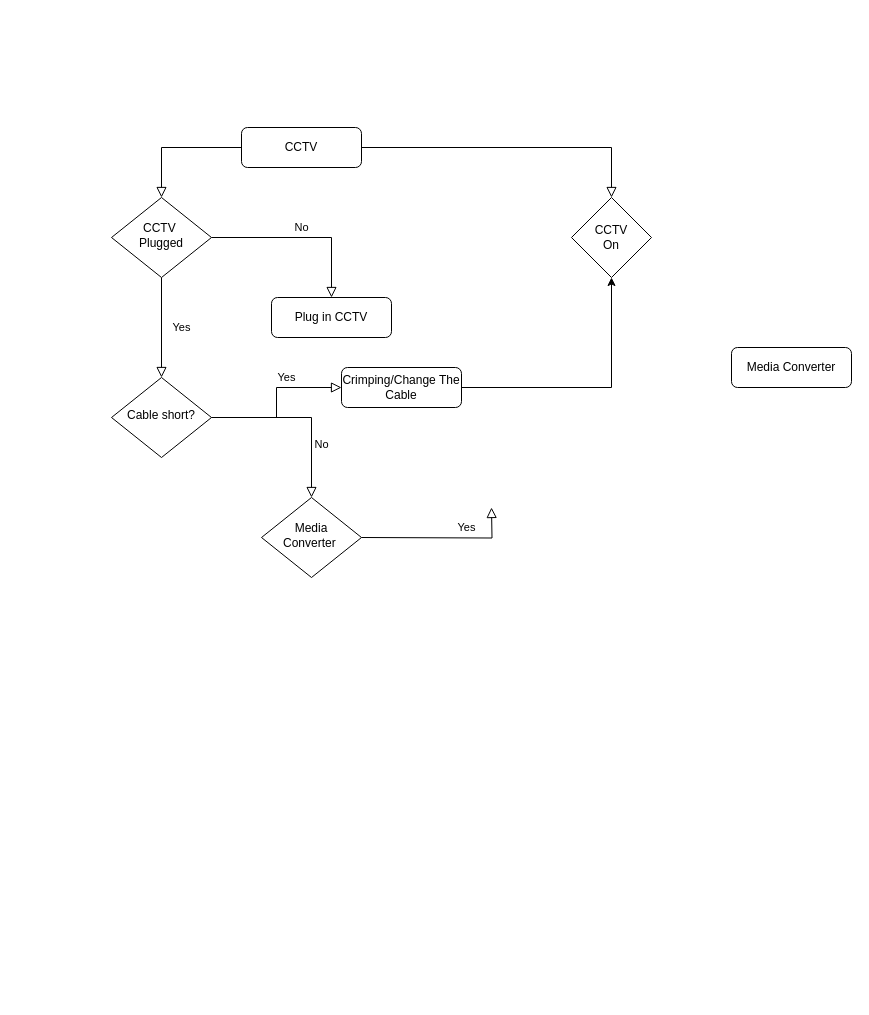
The draw.io diagram Untitled Diagram.drawio in ivietwill/ujian, before the edit. Source tidied: cells renumbered, new cells numbered last; positions are measured from the earlier drawing's top-left corner, leaving out a move shared by most shapes. Both pictures are drawn from the tidied source at 100%, with x=0, y=0 at pixel (111, 127).
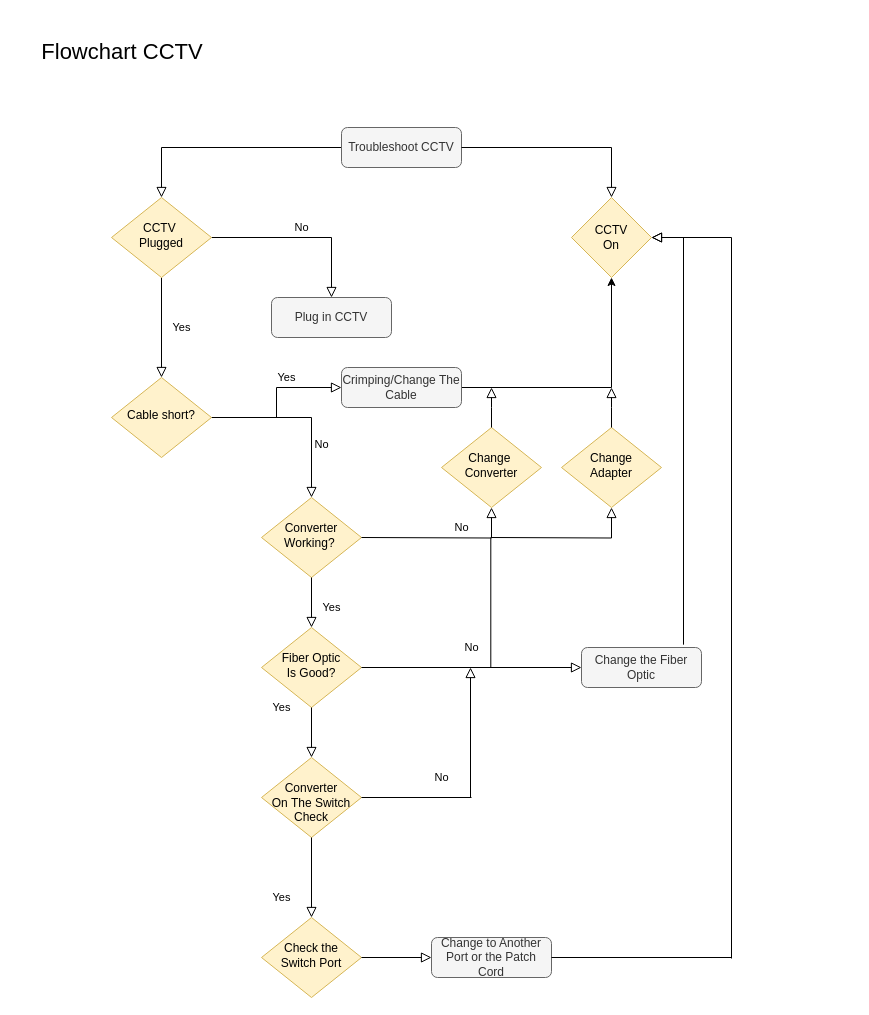
The same diagram, later.

What changed in the source:
```diff
@@
-    <mxCell id="3" value="CCTV" style="rounded=1;whiteSpace=wrap;html=1;fontSize=12;glass=0;strokeWidth=1;shadow=0;" parent="1" vertex="1">
-      <mxGeometry x="130" width="120" height="40" as="geometry" />
+    <mxCell id="3" value="Troubleshoot CCTV" style="rounded=1;whiteSpace=wrap;html=1;fontSize=12;glass=0;strokeWidth=1;shadow=0;fillColor=#f5f5f5;strokeColor=#666666;fontColor=#333333;" parent="1" vertex="1">
+      <mxGeometry x="230" width="120" height="40" as="geometry" />
     </mxCell>
@@
-    <mxCell id="6" value="CCTV&amp;nbsp;&lt;br&gt;Plugged" style="rhombus;whiteSpace=wrap;html=1;shadow=0;fontFamily=Helvetica;fontSize=12;align=center;strokeWidth=1;spacing=6;spacingTop=-4;" parent="1" vertex="1">
+    <mxCell id="6" value="CCTV&amp;nbsp;&lt;br&gt;Plugged" style="rhombus;whiteSpace=wrap;html=1;shadow=0;fontFamily=Helvetica;fontSize=12;align=center;strokeWidth=1;spacing=6;spacingTop=-4;fillColor=#fff2cc;strokeColor=#d6b656;" parent="1" vertex="1">
       <mxGeometry y="70" width="100" height="80" as="geometry" />
     </mxCell>
-    <mxCell id="7" value="Plug in CCTV" style="rounded=1;whiteSpace=wrap;html=1;fontSize=12;glass=0;strokeWidth=1;shadow=0;" parent="1" vertex="1">
+    <mxCell id="7" value="Plug in CCTV" style="rounded=1;whiteSpace=wrap;html=1;fontSize=12;glass=0;strokeWidth=1;shadow=0;fillColor=#f5f5f5;strokeColor=#666666;fontColor=#333333;" parent="1" vertex="1">
       <mxGeometry x="160" y="170" width="120" height="40" as="geometry" />
     </mxCell>
@@
-    <mxCell id="10" value="Cable short?" style="rhombus;whiteSpace=wrap;html=1;shadow=0;fontFamily=Helvetica;fontSize=12;align=center;strokeWidth=1;spacing=6;spacingTop=-4;" parent="1" vertex="1">
+    <mxCell id="10" value="Cable short?" style="rhombus;whiteSpace=wrap;html=1;shadow=0;fontFamily=Helvetica;fontSize=12;align=center;strokeWidth=1;spacing=6;spacingTop=-4;fillColor=#fff2cc;strokeColor=#d6b656;" parent="1" vertex="1">
       <mxGeometry y="250" width="100" height="80" as="geometry" />
     </mxCell>
-    <mxCell id="11" value="Media Converter" style="rounded=1;whiteSpace=wrap;html=1;fontSize=12;glass=0;strokeWidth=1;shadow=0;" parent="1" vertex="1">
-      <mxGeometry x="620" y="220" width="120" height="40" as="geometry" />
-    </mxCell>
@@
-    <mxCell id="13" value="Crimping/Change The Cable" style="rounded=1;whiteSpace=wrap;html=1;fontSize=12;glass=0;strokeWidth=1;shadow=0;" parent="1" vertex="1">
+    <mxCell id="13" value="Crimping/Change The Cable" style="rounded=1;whiteSpace=wrap;html=1;fontSize=12;glass=0;strokeWidth=1;shadow=0;fillColor=#f5f5f5;strokeColor=#666666;fontColor=#333333;" parent="1" vertex="1">
       <mxGeometry x="230" y="240" width="120" height="40" as="geometry" />
     </mxCell>
-    <mxCell id="14" value="CCTV&lt;br&gt;On" style="rhombus;whiteSpace=wrap;html=1;" parent="1" vertex="1">
+    <mxCell id="14" value="CCTV&lt;br&gt;On" style="rhombus;whiteSpace=wrap;html=1;fillColor=#fff2cc;strokeColor=#d6b656;" parent="1" vertex="1">
       <mxGeometry x="460" y="70" width="80" height="80" as="geometry" />
     </mxCell>
@@
-    <mxCell id="16" value="Media Converter&amp;nbsp;" style="rhombus;whiteSpace=wrap;html=1;shadow=0;fontFamily=Helvetica;fontSize=12;align=center;strokeWidth=1;spacing=6;spacingTop=-4;" parent="1" vertex="1">
+    <mxCell id="16" value="Converter&lt;br&gt;Working?&amp;nbsp;" style="rhombus;whiteSpace=wrap;html=1;shadow=0;fontFamily=Helvetica;fontSize=12;align=center;strokeWidth=1;spacing=6;spacingTop=-4;fillColor=#fff2cc;strokeColor=#d6b656;" parent="1" vertex="1">
       <mxGeometry x="150" y="370" width="100" height="80" as="geometry" />
     </mxCell>
-    <mxCell id="17" value="Yes" style="edgeStyle=orthogonalEdgeStyle;rounded=0;html=1;jettySize=auto;orthogonalLoop=1;fontSize=11;endArrow=block;endFill=0;endSize=8;strokeWidth=1;shadow=0;labelBackgroundColor=none;" parent="1" edge="1">
-      <mxGeometry x="0.31" y="10" relative="1" as="geometry">
+    <mxCell id="17" value="Yes" style="edgeStyle=orthogonalEdgeStyle;rounded=0;html=1;jettySize=auto;fontSize=11;endArrow=block;endFill=0;endSize=8;strokeWidth=1;shadow=0;labelBackgroundColor=none;entryX=0.5;entryY=1;entryDx=0;entryDy=0;" parent="1" edge="1" target="18">
+      <mxGeometry x="-1" y="-76" relative="1" as="geometry">
         <mxPoint x="250" y="410" as="sourcePoint" />
-        <mxPoint x="380" y="380" as="targetPoint" />
+        <mxPoint x="-30" y="-6" as="offset" />
       </mxGeometry>
     </mxCell>
+    <mxCell id="18" value="Change&amp;nbsp;&lt;br&gt;Converter" style="rhombus;whiteSpace=wrap;html=1;shadow=0;fontFamily=Helvetica;fontSize=12;align=center;strokeWidth=1;spacing=6;spacingTop=-4;fillColor=#fff2cc;strokeColor=#d6b656;" parent="1" vertex="1">
+      <mxGeometry x="330" y="300" width="100" height="80" as="geometry" />
+    </mxCell>
+    <mxCell id="19" style="rounded=0;html=1;jettySize=auto;fontSize=11;endArrow=block;endFill=0;endSize=8;strokeWidth=1;shadow=0;labelBackgroundColor=none;edgeStyle=orthogonalEdgeStyle;exitX=0.5;exitY=0;exitDx=0;exitDy=0;" parent="1" edge="1" source="18">
+      <mxGeometry relative="1" as="geometry">
+        <mxPoint x="380" y="260" as="targetPoint" />
+      </mxGeometry>
+    </mxCell>
+    <mxCell id="20" value="Change&lt;br&gt;Adapter" style="rhombus;whiteSpace=wrap;html=1;shadow=0;fontFamily=Helvetica;fontSize=12;align=center;strokeWidth=1;spacing=6;spacingTop=-4;fillColor=#fff2cc;strokeColor=#d6b656;" parent="1" vertex="1">
+      <mxGeometry x="450" y="300" width="100" height="80" as="geometry" />
+    </mxCell>
+    <mxCell id="21" style="rounded=0;html=1;jettySize=auto;fontSize=11;endArrow=block;endFill=0;endSize=8;strokeWidth=1;shadow=0;labelBackgroundColor=none;edgeStyle=orthogonalEdgeStyle;exitX=0.5;exitY=0;exitDx=0;exitDy=0;" parent="1" edge="1" source="20">
+      <mxGeometry relative="1" as="geometry">
+        <mxPoint x="500" y="260" as="targetPoint" />
+      </mxGeometry>
+    </mxCell>
+    <mxCell id="22" style="rounded=0;html=1;jettySize=auto;fontSize=11;endArrow=block;endFill=0;endSize=8;strokeWidth=1;shadow=0;labelBackgroundColor=none;edgeStyle=orthogonalEdgeStyle;entryX=0.5;entryY=1;entryDx=0;entryDy=0;" parent="1" edge="1" target="20">
+      <mxGeometry relative="1" as="geometry">
+        <mxPoint x="380" y="410" as="sourcePoint" />
+      </mxGeometry>
+    </mxCell>
+    <mxCell id="23" value="No" style="rounded=0;html=1;jettySize=auto;fontSize=11;endArrow=block;endFill=0;endSize=8;strokeWidth=1;shadow=0;labelBackgroundColor=none;edgeStyle=orthogonalEdgeStyle;entryX=0.5;entryY=0;entryDx=0;entryDy=0;exitX=0.5;exitY=1;exitDx=0;exitDy=0;" parent="1" edge="1" source="16" target="24">
+      <mxGeometry x="-1" y="158" relative="1" as="geometry">
+        <mxPoint x="-8" y="-50" as="offset" />
+      </mxGeometry>
+    </mxCell>
+    <mxCell id="24" value="Fiber Optic&lt;br&gt;Is Good?" style="rhombus;whiteSpace=wrap;html=1;shadow=0;fontFamily=Helvetica;fontSize=12;align=center;strokeWidth=1;spacing=6;spacingTop=-4;fillColor=#fff2cc;strokeColor=#d6b656;" parent="1" vertex="1">
+      <mxGeometry x="150" y="500" width="100" height="80" as="geometry" />
+    </mxCell>
+    <mxCell id="25" value="Change the Fiber Optic" style="rounded=1;whiteSpace=wrap;html=1;fontSize=12;glass=0;strokeWidth=1;shadow=0;fillColor=#f5f5f5;strokeColor=#666666;fontColor=#333333;" parent="1" vertex="1">
+      <mxGeometry x="470" y="520" width="120" height="40" as="geometry" />
+    </mxCell>
+    <mxCell id="26" style="rounded=0;html=1;jettySize=auto;fontSize=11;endArrow=block;endFill=0;endSize=8;strokeWidth=1;shadow=0;labelBackgroundColor=none;edgeStyle=orthogonalEdgeStyle;exitX=0.85;exitY=-0.071;exitDx=0;exitDy=0;exitPerimeter=0;entryX=1;entryY=0.5;entryDx=0;entryDy=0;" parent="1" edge="1" source="25" target="14">
+      <mxGeometry relative="1" as="geometry" />
+    </mxCell>
+    <mxCell id="27" value="No" style="rounded=0;html=1;jettySize=auto;fontSize=11;endArrow=block;endFill=0;endSize=8;strokeWidth=1;shadow=0;labelBackgroundColor=none;edgeStyle=orthogonalEdgeStyle;entryX=0;entryY=0.5;entryDx=0;entryDy=0;" parent="1" edge="1" source="24" target="25">
+      <mxGeometry y="20" relative="1" as="geometry" />
+    </mxCell>
+    <mxCell id="28" value="Yes" style="edgeStyle=orthogonalEdgeStyle;rounded=0;html=1;jettySize=auto;fontSize=11;endArrow=block;endFill=0;endSize=8;strokeWidth=1;shadow=0;labelBackgroundColor=none;entryX=0.5;entryY=0;entryDx=0;entryDy=0;exitX=0.5;exitY=1;exitDx=0;exitDy=0;" parent="1" edge="1" source="24" target="29">
+      <mxGeometry x="-1" y="-30" relative="1" as="geometry" />
+    </mxCell>
+    <mxCell id="29" value="&lt;br&gt;Converter&lt;br&gt;On The Switch&lt;br&gt;Check" style="rhombus;whiteSpace=wrap;html=1;shadow=0;fontFamily=Helvetica;fontSize=12;align=center;strokeWidth=1;spacing=6;spacingTop=-4;fillColor=#fff2cc;strokeColor=#d6b656;" parent="1" vertex="1">
+      <mxGeometry x="150" y="630" width="100" height="80" as="geometry" />
+    </mxCell>
+    <mxCell id="30" style="endArrow=none;html=1;exitX=1;exitY=0.5;exitDx=0;exitDy=0;" parent="1" edge="1" source="29">
+      <mxGeometry relative="1" as="geometry">
+        <mxPoint x="360" y="670" as="targetPoint" />
+      </mxGeometry>
+    </mxCell>
+    <mxCell id="31" value="No" style="rounded=0;html=1;jettySize=auto;orthogonalLoop=1;fontSize=11;endArrow=block;endFill=0;endSize=8;strokeWidth=1;shadow=0;labelBackgroundColor=none;edgeStyle=orthogonalEdgeStyle;" parent="1" edge="1">
+      <mxGeometry x="-0.69" y="29" relative="1" as="geometry">
+        <mxPoint x="359" y="670" as="sourcePoint" />
+        <mxPoint x="359" y="540" as="targetPoint" />
+      </mxGeometry>
+    </mxCell>
+    <mxCell id="32" style="endArrow=none;html=1;" parent="1" edge="1">
+      <mxGeometry relative="1" as="geometry">
+        <mxPoint x="379.3" y="540" as="sourcePoint" />
+        <mxPoint x="379.3" y="410" as="targetPoint" />
+      </mxGeometry>
+    </mxCell>
+    <mxCell id="33" value="Check the Switch Port" style="rhombus;whiteSpace=wrap;html=1;shadow=0;fontFamily=Helvetica;fontSize=12;align=center;strokeWidth=1;spacing=6;spacingTop=-4;fillColor=#fff2cc;strokeColor=#d6b656;" parent="1" vertex="1">
+      <mxGeometry x="150" y="790" width="100" height="80" as="geometry" />
+    </mxCell>
+    <mxCell id="34" value="Yes" style="edgeStyle=orthogonalEdgeStyle;rounded=0;html=1;jettySize=auto;fontSize=11;endArrow=block;endFill=0;endSize=8;strokeWidth=1;shadow=0;labelBackgroundColor=none;entryX=0.5;entryY=0;entryDx=0;entryDy=0;exitX=0.5;exitY=1;exitDx=0;exitDy=0;" parent="1" edge="1" source="29" target="33">
+      <mxGeometry x="0.5" y="-30" relative="1" as="geometry" />
+    </mxCell>
+    <mxCell id="35" value="Change to Another Port or the Patch Cord" style="rounded=1;whiteSpace=wrap;html=1;fontSize=12;glass=0;strokeWidth=1;shadow=0;fillColor=#f5f5f5;strokeColor=#666666;fontColor=#333333;" parent="1" vertex="1">
+      <mxGeometry x="320" y="810" width="120" height="40" as="geometry" />
+    </mxCell>
+    <mxCell id="36" style="endArrow=none;html=1;exitX=1;exitY=0.5;exitDx=0;exitDy=0;" parent="1" edge="1" source="35">
+      <mxGeometry relative="1" as="geometry">
+        <mxPoint x="620" y="830" as="targetPoint" />
+      </mxGeometry>
+    </mxCell>
+    <mxCell id="37" style="rounded=0;html=1;jettySize=auto;orthogonalLoop=1;fontSize=11;endArrow=block;endFill=0;endSize=8;strokeWidth=1;shadow=0;labelBackgroundColor=none;edgeStyle=orthogonalEdgeStyle;" parent="1" edge="1">
+      <mxGeometry relative="1" as="geometry">
+        <mxPoint x="620" y="831" as="sourcePoint" />
+        <mxPoint x="540" y="110" as="targetPoint" />
+        <Array as="points">
+          <mxPoint x="620" y="110" />
+        </Array>
+      </mxGeometry>
+    </mxCell>
+    <mxCell id="38" style="rounded=0;html=1;jettySize=auto;fontSize=11;endArrow=block;endFill=0;endSize=8;strokeWidth=1;shadow=0;labelBackgroundColor=none;edgeStyle=orthogonalEdgeStyle;exitX=1;exitY=0.5;exitDx=0;exitDy=0;entryX=0;entryY=0.5;entryDx=0;entryDy=0;" parent="1" edge="1" source="33" target="35">
+      <mxGeometry relative="1" as="geometry" />
+    </mxCell>
+    <mxCell id="39" value="&lt;font style=&quot;font-size: 22px&quot;&gt;Flowchart CCTV&lt;/font&gt;" style="text;html=1;strokeColor=none;fillColor=none;align=center;verticalAlign=middle;whiteSpace=wrap;rounded=0;" parent="1" vertex="1">
+      <mxGeometry x="-94" y="-110" width="210" height="70" as="geometry" />
+    </mxCell>
```
